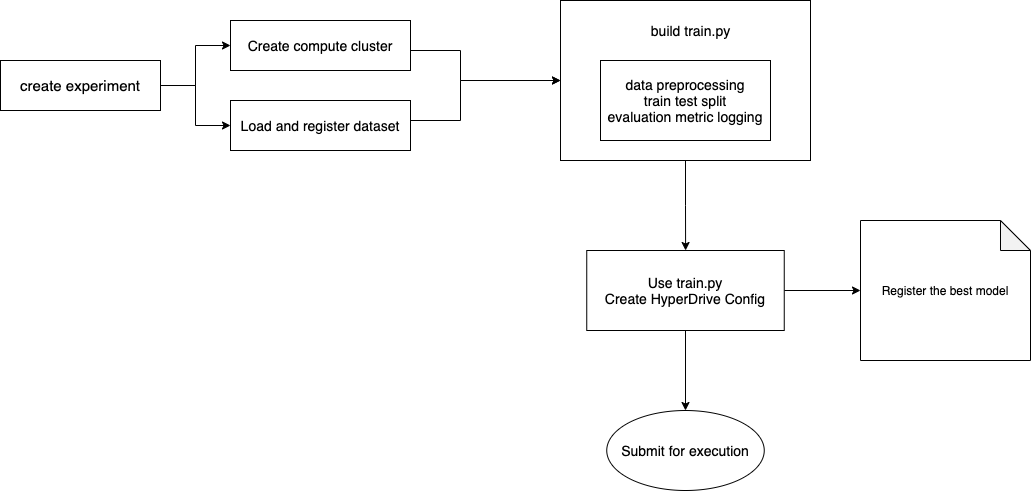
chen-bowen/Predicting_Ads_Click_Rate_with_Azure keeps this draw.io diagram as images/hyperdrive_diagram.png. Above is the earlier version. Source tidied: cells renumbered, new cells last; positions are measured from the earlier drawing's top-left corner, leaving out a move shared by most shapes. Source of this version:
```xml
<mxGraphModel>
  <root>
    <mxCell id="0" />
    <mxCell id="1" parent="0" />
    <mxCell id="2" style="edgeStyle=orthogonalEdgeStyle;rounded=0;jettySize=auto;html=1;" parent="1" edge="1" source="3" target="4">
      <mxGeometry relative="1" as="geometry" />
    </mxCell>
    <mxCell id="3" value="&lt;font style=&quot;font-size: 15px&quot;&gt;create experiment&lt;/font&gt;" style="rounded=0;whiteSpace=wrap;html=1;" parent="1" vertex="1">
      <mxGeometry y="60" width="160" height="50" as="geometry" />
    </mxCell>
    <mxCell id="4" value="&lt;font style=&quot;font-size: 14px&quot;&gt;Create compute cluster&lt;/font&gt;" style="whiteSpace=wrap;html=1;rounded=0;" parent="1" vertex="1">
      <mxGeometry x="230" y="20" width="180" height="50" as="geometry" />
    </mxCell>
    <mxCell id="5" style="edgeStyle=orthogonalEdgeStyle;rounded=0;jettySize=auto;html=1;" parent="1" edge="1" source="6" target="11">
      <mxGeometry relative="1" as="geometry" />
    </mxCell>
    <mxCell id="6" style="rounded=0;whiteSpace=wrap;html=1;align=left;" parent="1" vertex="1">
      <mxGeometry x="560" width="250" height="160" as="geometry" />
    </mxCell>
    <mxCell id="7" value="&lt;font style=&quot;font-size: 14px&quot;&gt;data preprocessing&lt;br&gt;train test split&lt;br&gt;evaluation metric logging&lt;/font&gt;" style="rounded=0;whiteSpace=wrap;html=1;" parent="1" vertex="1">
      <mxGeometry x="600" y="60" width="170" height="80" as="geometry" />
    </mxCell>
    <mxCell id="8" value="&lt;font style=&quot;font-size: 14px&quot;&gt;build train.py&lt;/font&gt;" style="text;html=1;align=center;verticalAlign=middle;fillColor=none;strokeColor=none;rounded=0;" parent="1" vertex="1">
      <mxGeometry x="645" y="20" width="90" height="20" as="geometry" />
    </mxCell>
    <mxCell id="9" style="edgeStyle=orthogonalEdgeStyle;rounded=0;jettySize=auto;html=1;" parent="1" edge="1" source="11" target="12">
      <mxGeometry relative="1" as="geometry" />
    </mxCell>
    <mxCell id="10" style="edgeStyle=orthogonalEdgeStyle;rounded=0;jettySize=auto;html=1;" parent="1" edge="1" source="11" target="13">
      <mxGeometry relative="1" as="geometry" />
    </mxCell>
    <mxCell id="11" value="&lt;font style=&quot;font-size: 14px&quot;&gt;Use train.py&lt;br&gt;Create HyperDrive Config&lt;/font&gt;" style="rounded=0;whiteSpace=wrap;html=1;align=center;" parent="1" vertex="1">
      <mxGeometry x="586.2" y="250" width="197.5" height="80" as="geometry" />
    </mxCell>
    <mxCell id="12" value="&lt;font style=&quot;font-size: 14px&quot;&gt;Submit for execution&lt;/font&gt;" style="ellipse;whiteSpace=wrap;html=1;rounded=0;" parent="1" vertex="1">
      <mxGeometry x="606.2" y="410" width="157.5" height="80" as="geometry" />
    </mxCell>
    <mxCell id="13" value="Register the best model" style="shape=note;whiteSpace=wrap;html=1;backgroundOutline=1;darkOpacity=0.05;rounded=0;" parent="1" vertex="1">
      <mxGeometry x="860" y="220" width="170" height="140" as="geometry" />
    </mxCell>
    <mxCell id="14" value="&lt;font style=&quot;font-size: 14px&quot;&gt;Load and register dataset&lt;/font&gt;" style="whiteSpace=wrap;html=1;rounded=0;" parent="1" vertex="1">
      <mxGeometry x="230" y="100" width="180" height="50" as="geometry" />
    </mxCell>
    <mxCell id="15" style="edgeStyle=orthogonalEdgeStyle;rounded=0;jettySize=auto;html=1;entryX=0;entryY=0.5;entryDx=0;entryDy=0;exitX=1;exitY=0.75;exitDx=0;exitDy=0;" parent="1" edge="1" source="3" target="14">
      <mxGeometry relative="1" as="geometry">
        <Array as="points">
          <mxPoint x="160" y="85" />
          <mxPoint x="195" y="85" />
          <mxPoint x="195" y="125" />
        </Array>
      </mxGeometry>
    </mxCell>
    <mxCell id="16" style="edgeStyle=orthogonalEdgeStyle;rounded=0;jettySize=auto;html=1;entryX=0;entryY=0.5;entryDx=0;entryDy=0;" parent="1" edge="1" target="6">
      <mxGeometry relative="1" as="geometry">
        <mxPoint x="410" y="120" as="sourcePoint" />
        <Array as="points">
          <mxPoint x="460" y="120" />
          <mxPoint x="460" y="80" />
        </Array>
      </mxGeometry>
    </mxCell>
    <mxCell id="17" style="edgeStyle=orthogonalEdgeStyle;rounded=0;orthogonalLoop=1;jettySize=auto;html=1;" parent="1" edge="1">
      <mxGeometry relative="1" as="geometry">
        <mxPoint x="410" y="50" as="sourcePoint" />
        <mxPoint x="560" y="80" as="targetPoint" />
        <Array as="points">
          <mxPoint x="460" y="50" />
          <mxPoint x="460" y="80" />
        </Array>
      </mxGeometry>
    </mxCell>
  </root>
</mxGraphModel>
```
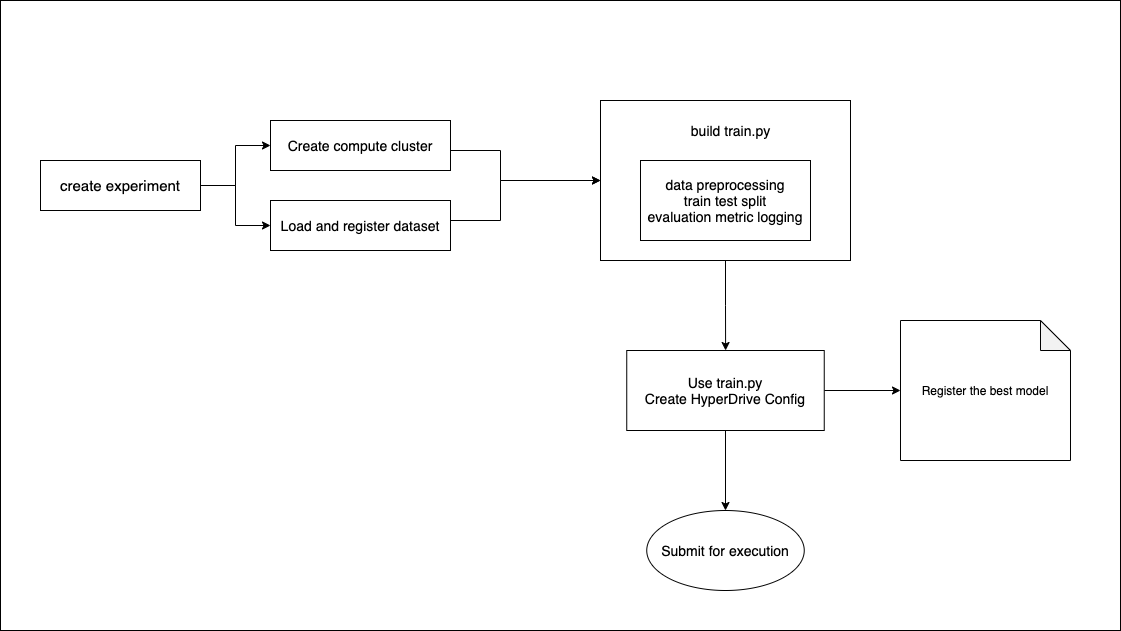
After the commit.

What changed in the source:
```diff
@@ -2,6 +2,9 @@
   <root>
     <mxCell id="0" />
     <mxCell id="1" parent="0" />
+    <mxCell id="18" style="rounded=0;whiteSpace=wrap;html=1;" parent="1" vertex="1">
+      <mxGeometry x="-40" y="-100" width="1120" height="630" as="geometry" />
+    </mxCell>
     <mxCell id="2" style="edgeStyle=orthogonalEdgeStyle;rounded=0;jettySize=auto;html=1;" parent="1" edge="1" source="3" target="4">
       <mxGeometry relative="1" as="geometry" />
     </mxCell>
```
